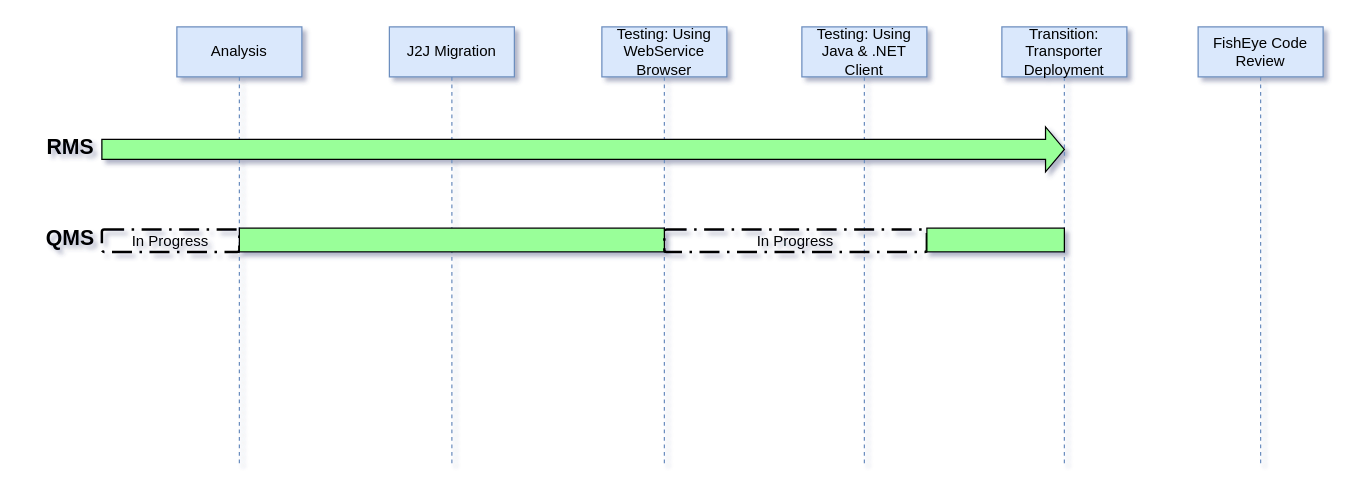
Earlier version of the draw.io diagram 1.6_J2J_Demo.drawio (uttambhatia/image). Source tidied: cells renumbered, new cells numbered last; positions are measured from the earlier drawing's top-left corner, leaving out a move shared by most shapes. Both pictures are drawn from the tidied source at 125%, with x=0, y=0 at pixel (26, 26).
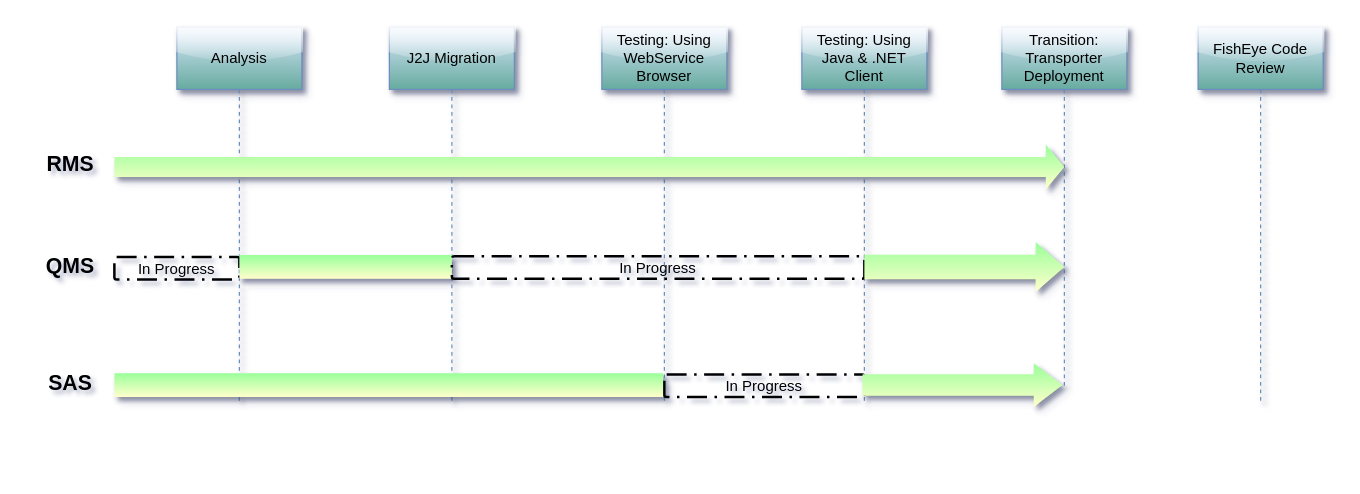
The same diagram, later.

What changed in the source:
```diff
@@
-<mxGraphModel shadow="1">
+<mxGraphModel background="#FFFFFF" shadow="1">
   <root>
     <mxCell id="0" />
     <mxCell id="1" parent="0" />
-    <mxCell id="2" value="Analysis" style="shape=umlLifeline;perimeter=lifelinePerimeter;whiteSpace=wrap;html=1;fillColor=#dae8fc;strokeColor=#6c8ebf;" parent="1" vertex="1">
-      <mxGeometry x="120" width="100" height="350" as="geometry" />
+    <mxCell id="2" value="Analysis" style="shape=umlLifeline;perimeter=lifelinePerimeter;whiteSpace=wrap;html=1;fillColor=#dae8fc;strokeColor=#6c8ebf;size=50;shadow=1;glass=1;gradientColor=#67AB9F;" parent="1" vertex="1">
+      <mxGeometry x="120" width="100" height="300" as="geometry" />
     </mxCell>
-    <mxCell id="3" value="J2J Migration" style="shape=umlLifeline;perimeter=lifelinePerimeter;whiteSpace=wrap;html=1;fillColor=#dae8fc;strokeColor=#6c8ebf;" parent="1" vertex="1">
-      <mxGeometry x="290" width="100" height="350" as="geometry" />
+    <mxCell id="3" value="J2J Migration" style="shape=umlLifeline;perimeter=lifelinePerimeter;whiteSpace=wrap;html=1;fillColor=#dae8fc;strokeColor=#6c8ebf;size=50;shadow=1;glass=1;gradientColor=#67AB9F;" parent="1" vertex="1">
+      <mxGeometry x="290" width="100" height="300" as="geometry" />
     </mxCell>
-    <mxCell id="4" value="Testing: Using WebService Browser" style="shape=umlLifeline;perimeter=lifelinePerimeter;whiteSpace=wrap;html=1;fillColor=#dae8fc;strokeColor=#6c8ebf;" parent="1" vertex="1">
-      <mxGeometry x="460" width="100" height="350" as="geometry" />
+    <mxCell id="4" value="Testing: Using WebService Browser" style="shape=umlLifeline;perimeter=lifelinePerimeter;whiteSpace=wrap;html=1;fillColor=#DAE8FC;strokeColor=#6c8ebf;size=50;glass=1;rounded=0;shadow=1;gradientColor=#67AB9F;" parent="1" vertex="1">
+      <mxGeometry x="460" width="100" height="300" as="geometry" />
     </mxCell>
-    <mxCell id="5" value="Testing: Using Java &amp;amp; .NET Client" style="shape=umlLifeline;perimeter=lifelinePerimeter;whiteSpace=wrap;html=1;fillColor=#dae8fc;strokeColor=#6c8ebf;" parent="1" vertex="1">
-      <mxGeometry x="620" width="100" height="350" as="geometry" />
+    <mxCell id="5" value="Testing: Using Java &amp;amp; .NET Client" style="shape=umlLifeline;perimeter=lifelinePerimeter;whiteSpace=wrap;html=1;fillColor=#dae8fc;strokeColor=#6c8ebf;size=50;shadow=1;glass=1;gradientColor=#67AB9F;" parent="1" vertex="1">
+      <mxGeometry x="620" width="100" height="300" as="geometry" />
     </mxCell>
-    <mxCell id="6" value="Transition: Transporter Deployment" style="shape=umlLifeline;perimeter=lifelinePerimeter;whiteSpace=wrap;html=1;fillColor=#dae8fc;strokeColor=#6c8ebf;" parent="1" vertex="1">
-      <mxGeometry x="780" width="100" height="350" as="geometry" />
+    <mxCell id="6" value="Transition: Transporter Deployment" style="shape=umlLifeline;perimeter=lifelinePerimeter;whiteSpace=wrap;html=1;fillColor=#dae8fc;strokeColor=#6c8ebf;size=50;glass=1;shadow=1;comic=0;gradientColor=#67AB9F;" parent="1" vertex="1">
+      <mxGeometry x="780" width="100" height="290" as="geometry" />
     </mxCell>
-    <mxCell id="7" value="FishEye Code Review" style="shape=umlLifeline;perimeter=lifelinePerimeter;whiteSpace=wrap;html=1;fillColor=#dae8fc;strokeColor=#6c8ebf;" parent="1" vertex="1">
-      <mxGeometry x="937" width="100" height="350" as="geometry" />
+    <mxCell id="7" value="FishEye Code Review" style="shape=umlLifeline;perimeter=lifelinePerimeter;whiteSpace=wrap;html=1;fillColor=#dae8fc;strokeColor=#6c8ebf;size=50;glass=1;shadow=1;gradientColor=#67AB9F;" parent="1" vertex="1">
+      <mxGeometry x="937" width="100" height="300" as="geometry" />
     </mxCell>
     <mxCell id="8" value="&lt;b&gt;&lt;font style=&quot;font-size: 17px&quot;&gt;RMS&lt;/font&gt;&lt;/b&gt;" style="text;html=1;strokeColor=none;fillColor=none;align=center;verticalAlign=middle;whiteSpace=wrap;rounded=0;" parent="1" vertex="1">
-      <mxGeometry y="82" width="70" height="30" as="geometry" />
+      <mxGeometry y="96" width="70" height="30" as="geometry" />
     </mxCell>
-    <mxCell id="9" style="shape=singleArrow;whiteSpace=wrap;html=1;fillColor=#99FF99;arrowWidth=0.4444444444444444;arrowSize=0.01956521739130435;" parent="1" vertex="1">
-      <mxGeometry x="60" y="80" width="770" height="36" as="geometry" />
+    <mxCell id="9" style="shape=singleArrow;whiteSpace=wrap;html=1;fillColor=#99FF99;arrowWidth=0.4444444444444444;arrowSize=0.01956521739130435;shadow=1;comic=0;gradientColor=#FFFFCC;strokeColor=none;" parent="1" vertex="1">
+      <mxGeometry x="70" y="94" width="760" height="36" as="geometry" />
     </mxCell>
     <mxCell id="10" value="&lt;b&gt;&lt;font style=&quot;font-size: 17px&quot;&gt;QMS&lt;/font&gt;&lt;/b&gt;" style="text;html=1;strokeColor=none;fillColor=none;align=center;verticalAlign=middle;whiteSpace=wrap;rounded=0;" parent="1" vertex="1">
-      <mxGeometry y="155" width="70" height="30" as="geometry" />
+      <mxGeometry y="176.5" width="70" height="30" as="geometry" />
     </mxCell>
     <mxCell id="11" value="In Progress" style="rounded=1;arcSize=10;dashed=1;strokeColor=#000000;fillColor=none;gradientColor=none;dashPattern=8 3 1 3;strokeWidth=2;" parent="1" vertex="1">
-      <mxGeometry x="60" y="162" width="110" height="18" as="geometry" />
+      <mxGeometry x="70" y="184" width="100" height="18" as="geometry" />
     </mxCell>
-    <mxCell id="12" style="verticalLabelPosition=bottom;verticalAlign=top;html=1;shape=mxgraph.basic.rect;fillColor=#99FF99;fillColor2=none;strokeColor=#000000;strokeWidth=1;size=20;indent=5;" parent="1" vertex="1">
-      <mxGeometry x="170" y="161" width="340" height="19" as="geometry" />
+    <mxCell id="12" style="verticalLabelPosition=bottom;verticalAlign=top;html=1;shape=mxgraph.basic.rect;fillColor=#99FF99;fillColor2=none;strokeColor=none;strokeWidth=1;size=20;indent=5;shadow=1;gradientColor=#FFFFCC;" parent="1" vertex="1">
+      <mxGeometry x="170" y="182.5" width="170" height="19" as="geometry" />
     </mxCell>
     <mxCell id="13" value="In Progress" style="rounded=1;arcSize=10;dashed=1;strokeColor=#000000;fillColor=none;gradientColor=none;dashPattern=8 3 1 3;strokeWidth=2;" parent="1" vertex="1">
-      <mxGeometry x="510" y="162" width="210" height="18" as="geometry" />
+      <mxGeometry x="340" y="183.5" width="330" height="18" as="geometry" />
     </mxCell>
-    <mxCell id="14" style="verticalLabelPosition=bottom;verticalAlign=top;html=1;shape=mxgraph.basic.rect;fillColor=#99FF99;fillColor2=none;strokeColor=#000000;strokeWidth=1;size=20;indent=5;" parent="1" vertex="1">
-      <mxGeometry x="720" y="161" width="110" height="19" as="geometry" />
-    </mxCell>
+    <mxCell id="15" value="&lt;b&gt;&lt;font style=&quot;font-size: 17px&quot;&gt;SAS&lt;/font&gt;&lt;/b&gt;" style="text;html=1;strokeColor=none;fillColor=none;align=center;verticalAlign=middle;whiteSpace=wrap;rounded=0;shadow=1;glass=0;comic=0;" parent="1" vertex="1">
+      <mxGeometry y="271" width="70" height="30" as="geometry" />
+    </mxCell>
+    <mxCell id="16" style="verticalLabelPosition=bottom;verticalAlign=top;html=1;shape=mxgraph.basic.rect;fillColor=#99FF99;fillColor2=none;strokeColor=none;strokeWidth=1;size=20;indent=5;shadow=1;gradientColor=#FFFFCC;" parent="1" vertex="1">
+      <mxGeometry x="70" y="277" width="439" height="19" as="geometry" />
+    </mxCell>
+    <mxCell id="17" value="In Progress" style="rounded=1;arcSize=10;dashed=1;strokeColor=#000000;fillColor=none;gradientColor=none;dashPattern=8 3 1 3;strokeWidth=2;" parent="1" vertex="1">
+      <mxGeometry x="510" y="278" width="160" height="18" as="geometry" />
+    </mxCell>
+    <mxCell id="18" style="shape=singleArrow;whiteSpace=wrap;html=1;fillColor=#99FF99;arrowWidth=0.49019607843137253;arrowSize=0.14375;shadow=1;gradientColor=#FFFFCC;strokeColor=none;" parent="1" vertex="1">
+      <mxGeometry x="670" y="172" width="160" height="40" as="geometry" />
+    </mxCell>
+    <mxCell id="19" style="shape=singleArrow;whiteSpace=wrap;html=1;fillColor=#99FF99;arrowWidth=0.49019607843137253;arrowSize=0.14375;shadow=1;gradientColor=#FFFFCC;strokeColor=none;" parent="1" vertex="1">
+      <mxGeometry x="668.5" y="269" width="160" height="35" as="geometry" />
+    </mxCell>
   </root>
 </mxGraphModel>
```
